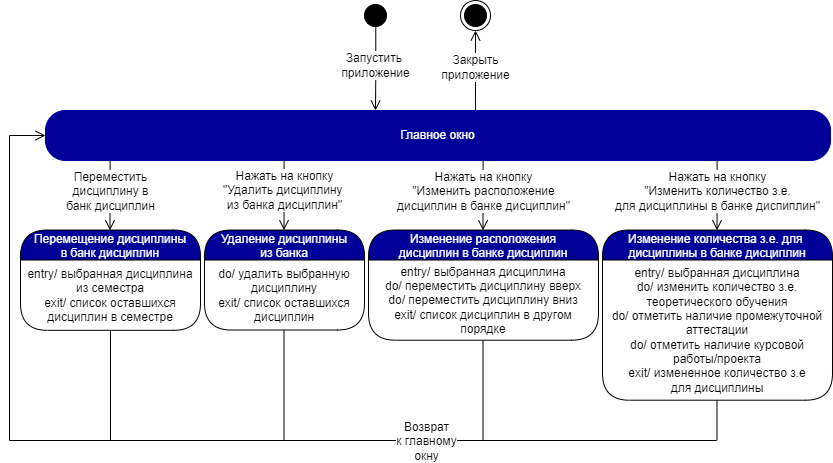
This is SM_Bloks/Tiles/State_machine_tiles_bank.drawio.png from iCosmos76/Curriculum-Designer, a draw.io export, as it was before one commit. Source tidied: cells renumbered, new cells last; positions are measured from the earlier drawing's top-left corner, leaving out a move shared by most shapes.
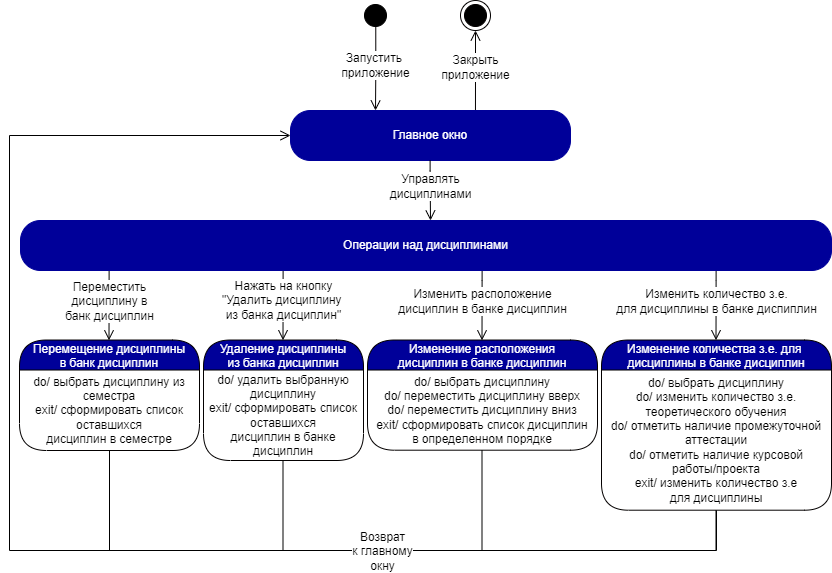
After the commit.

What changed in the source:
```diff
@@ -3,27 +3,27 @@
     <mxCell id="0" />
     <mxCell id="1" parent="0" />
     <mxCell id="2" style="ellipse;html=1;shape=startState;fillColor=#000000;strokeColor=#000000;fontColor=#000099;" parent="1" vertex="1">
-      <mxGeometry x="351" width="30" height="30" as="geometry" />
+      <mxGeometry x="352" y="-110" width="30" height="30" as="geometry" />
     </mxCell>
     <mxCell id="3" value="&lt;font style=&quot;font-size: 12px&quot;&gt;Запустить &lt;br&gt;приложение&lt;/font&gt;" style="edgeStyle=orthogonalEdgeStyle;html=1;verticalAlign=bottom;endArrow=open;endSize=8;strokeColor=#030000;rounded=0;exitX=0.509;exitY=0.876;exitDx=0;exitDy=0;exitPerimeter=0;spacingBottom=-14;fontSize=10;" parent="1" edge="1" source="2">
       <mxGeometry relative="1" as="geometry">
-        <mxPoint x="366" y="110" as="targetPoint" />
+        <mxPoint x="367" as="targetPoint" />
       </mxGeometry>
     </mxCell>
     <mxCell id="4" value="&lt;font style=&quot;font-size: 12px&quot;&gt;Закрыть&lt;br&gt;приложение&lt;/font&gt;" style="edgeStyle=orthogonalEdgeStyle;html=1;verticalAlign=bottom;endArrow=open;endSize=8;strokeColor=#030000;rounded=0;spacingBottom=-14;fontSize=10;entryX=0.5;entryY=1;entryDx=0;entryDy=0;exitX=0.781;exitY=0;exitDx=0;exitDy=0;exitPerimeter=0;" parent="1" edge="1" target="5">
       <mxGeometry relative="1" as="geometry">
-        <mxPoint x="466" y="110" as="sourcePoint" />
+        <mxPoint x="467" as="sourcePoint" />
         <Array as="points">
-          <mxPoint x="466" y="70" />
-          <mxPoint x="466" y="70" />
+          <mxPoint x="467" y="-40" />
+          <mxPoint x="467" y="-40" />
         </Array>
       </mxGeometry>
     </mxCell>
     <mxCell id="5" style="ellipse;html=1;shape=endState;fillColor=#000000;strokeColor=#030000;" parent="1" vertex="1">
-      <mxGeometry x="451" width="30" height="30" as="geometry" />
+      <mxGeometry x="452" y="-110" width="30" height="30" as="geometry" />
     </mxCell>
     <mxCell id="6" value="Главное окно" style="rounded=1;whiteSpace=wrap;html=1;arcSize=40;fontColor=#FFFFFF;fillColor=#000099;strokeColor=#000099;" parent="1" vertex="1">
-      <mxGeometry x="36" y="110" width="785" height="50" as="geometry" />
+      <mxGeometry x="282" width="280" height="50" as="geometry" />
     </mxCell>
     <mxCell id="7" style="edgeStyle=orthogonalEdgeStyle;html=1;verticalAlign=bottom;endArrow=open;endSize=8;strokeColor=#000000;rounded=0;fontSize=10;exitX=0.097;exitY=1.006;exitDx=0;exitDy=0;exitPerimeter=0;entryX=0.154;entryY=0;entryDx=0;entryDy=0;entryPerimeter=0;" parent="1" edge="1">
       <mxGeometry relative="1" as="geometry">
@@ -39,15 +39,15 @@
         <mxPoint x="-2" y="3" as="offset" />
       </mxGeometry>
     </mxCell>
-    <mxCell id="9" value="Удаление дисциплины &#10;из банка" style="swimlane;fontStyle=0;align=center;verticalAlign=middle;horizontal=1;startSize=30;fontColor=#FFFFFF;rounded=1;arcSize=30;strokeColor=#030000;fillColor=#000099;swimlaneFillColor=#FFFFFF;fontSize=12;" parent="1" vertex="1">
-      <mxGeometry x="195" y="229.5" width="160" height="100" as="geometry" />
+    <mxCell id="9" value="Удаление дисциплины &#10;из банка дисциплин" style="swimlane;fontStyle=0;align=center;verticalAlign=middle;horizontal=1;startSize=30;fontColor=#FFFFFF;rounded=1;arcSize=30;strokeColor=#030000;fillColor=#000099;swimlaneFillColor=#FFFFFF;fontSize=12;" parent="1" vertex="1">
+      <mxGeometry x="195" y="229.5" width="160" height="120.5" as="geometry" />
     </mxCell>
-    <mxCell id="10" value="do/ удалить выбранную дисциплину&lt;br&gt;exit/ список оставшихся дисциплин" style="text;html=1;strokeColor=none;fillColor=none;align=center;verticalAlign=middle;spacingLeft=4;spacingRight=4;whiteSpace=wrap;overflow=hidden;fontColor=#000000;fontSize=12;" parent="9" vertex="1">
-      <mxGeometry y="30" width="160" height="70" as="geometry" />
+    <mxCell id="10" value="do/ удалить выбранную дисциплину&lt;br&gt;exit/ сформировать список оставшихся&lt;br&gt;дисциплин в банке дисциплин" style="text;html=1;strokeColor=none;fillColor=none;align=center;verticalAlign=middle;spacingLeft=4;spacingRight=4;whiteSpace=wrap;overflow=hidden;fontColor=#000000;fontSize=12;" parent="9" vertex="1">
+      <mxGeometry y="30" width="160" height="90.5" as="geometry" />
     </mxCell>
-    <mxCell id="11" style="edgeStyle=orthogonalEdgeStyle;html=1;verticalAlign=bottom;endArrow=none;endSize=8;strokeColor=#000000;rounded=0;fontSize=10;exitX=0.5;exitY=1;exitDx=0;exitDy=0;endFill=0;" parent="1" edge="1">
+    <mxCell id="11" style="edgeStyle=orthogonalEdgeStyle;html=1;verticalAlign=bottom;endArrow=none;endSize=8;strokeColor=#000000;rounded=0;fontSize=10;endFill=0;" parent="1" edge="1">
       <mxGeometry relative="1" as="geometry">
-        <mxPoint x="274.1" y="329.8" as="sourcePoint" />
+        <mxPoint x="275" y="350" as="sourcePoint" />
         <mxPoint x="274.5" y="440" as="targetPoint" />
         <Array as="points">
           <mxPoint x="274.5" y="440" />
@@ -63,7 +63,7 @@
         </Array>
       </mxGeometry>
     </mxCell>
-    <mxCell id="13" value="Нажать на кнопку&lt;br&gt;&quot;Изменить расположение&lt;br&gt;дисциплин в банке дисциплин&quot;" style="edgeLabel;html=1;align=center;verticalAlign=middle;fontSize=12;labelBackgroundColor=default;" parent="12" vertex="1">
+    <mxCell id="13" value="Изменить расположение&lt;br&gt;дисциплин в банке дисциплин" style="edgeLabel;html=1;align=center;verticalAlign=middle;fontSize=12;labelBackgroundColor=default;" parent="12" vertex="1">
       <mxGeometry x="-0.25" y="2" relative="1" as="geometry">
         <mxPoint x="-2" y="4" as="offset" />
       </mxGeometry>
@@ -71,7 +71,7 @@
     <mxCell id="14" value="Изменение расположения &#10;дисциплин в банке дисциплин" style="swimlane;fontStyle=0;align=center;verticalAlign=middle;horizontal=1;startSize=30;fontColor=#FFFFFF;rounded=1;arcSize=30;strokeColor=#030000;fillColor=#000099;swimlaneFillColor=#FFFFFF;fontSize=12;" parent="1" vertex="1">
       <mxGeometry x="359" y="229.5" width="230" height="110.2" as="geometry" />
     </mxCell>
-    <mxCell id="15" value="entry/ выбранная дисциплина&lt;br&gt;do/ переместить дисциплину вверх&lt;br&gt;do/ переместить дисциплину вниз&lt;br&gt;exit/ список дисциплин в другом порядке" style="text;html=1;strokeColor=none;fillColor=none;align=center;verticalAlign=middle;spacingLeft=4;spacingRight=4;whiteSpace=wrap;overflow=hidden;fontColor=#000000;fontSize=12;" parent="14" vertex="1">
+    <mxCell id="15" value="do/ выбрать дисциплину&lt;br&gt;do/ переместить дисциплину вверх&lt;br&gt;do/ переместить дисциплину вниз&lt;br&gt;exit/ сформировать список дисциплин в определенном порядке" style="text;html=1;strokeColor=none;fillColor=none;align=center;verticalAlign=middle;spacingLeft=4;spacingRight=4;whiteSpace=wrap;overflow=hidden;fontColor=#000000;fontSize=12;" parent="14" vertex="1">
       <mxGeometry y="30" width="230" height="80.2" as="geometry" />
     </mxCell>
     <mxCell id="16" style="edgeStyle=orthogonalEdgeStyle;html=1;verticalAlign=bottom;endArrow=none;endSize=8;strokeColor=#000000;rounded=0;fontSize=10;endFill=0;" parent="1" edge="1">
@@ -92,7 +92,7 @@
         </Array>
       </mxGeometry>
     </mxCell>
-    <mxCell id="18" value="Нажать на кнопку&lt;br&gt;&quot;Изменить количество з.е.&lt;br&gt;для дисциплины в банке диспиплин&quot;" style="edgeLabel;html=1;align=center;verticalAlign=middle;fontSize=12;labelBackgroundColor=default;" parent="17" vertex="1">
+    <mxCell id="18" value="Изменить количество з.е.&lt;br&gt;для дисциплины в банке диспиплин" style="edgeLabel;html=1;align=center;verticalAlign=middle;fontSize=12;labelBackgroundColor=default;" parent="17" vertex="1">
       <mxGeometry x="-0.25" y="2" relative="1" as="geometry">
         <mxPoint x="-2" y="4" as="offset" />
       </mxGeometry>
@@ -100,7 +100,7 @@
     <mxCell id="19" value="Изменение количества з.е. для &#10;дисциплины в банке дисциплин" style="swimlane;fontStyle=0;align=center;verticalAlign=middle;horizontal=1;startSize=30;fontColor=#FFFFFF;rounded=1;arcSize=30;strokeColor=#030000;fillColor=#000099;swimlaneFillColor=#FFFFFF;fontSize=12;" parent="1" vertex="1">
       <mxGeometry x="593" y="229.5" width="230" height="170.2" as="geometry" />
     </mxCell>
-    <mxCell id="20" value="entry/ выбранная дисциплина&lt;br&gt;do/ изменить количество з.е. теоретического обучения&lt;br&gt;do/ отметить наличие промежуточной аттестации&lt;br&gt;do/ отметить наличие курсовой работы/проекта&lt;br&gt;exit/ измененное количество з.е&lt;br&gt;для дисциплины" style="text;html=1;strokeColor=none;fillColor=none;align=center;verticalAlign=middle;spacingLeft=4;spacingRight=4;whiteSpace=wrap;overflow=hidden;fontColor=#000000;fontSize=12;" parent="19" vertex="1">
+    <mxCell id="20" value="do/ выбрать дисциплину&lt;br&gt;do/ изменить количество з.е. теоретического обучения&lt;br&gt;do/ отметить наличие промежуточной аттестации&lt;br&gt;do/ отметить наличие курсовой работы/проекта&lt;br&gt;exit/ изменить количество з.е&lt;br&gt;для дисциплины" style="text;html=1;strokeColor=none;fillColor=none;align=center;verticalAlign=middle;spacingLeft=4;spacingRight=4;whiteSpace=wrap;overflow=hidden;fontColor=#000000;fontSize=12;" parent="19" vertex="1">
       <mxGeometry y="30" width="230" height="140.2" as="geometry" />
     </mxCell>
     <mxCell id="21" style="edgeStyle=orthogonalEdgeStyle;html=1;verticalAlign=bottom;endArrow=none;endSize=8;strokeColor=#000000;rounded=0;fontSize=10;endFill=0;" parent="1" edge="1">
@@ -114,16 +114,17 @@
     </mxCell>
     <mxCell id="22" style="edgeStyle=orthogonalEdgeStyle;html=1;verticalAlign=bottom;endArrow=open;endSize=8;strokeColor=#000000;rounded=0;fontSize=10;entryX=0;entryY=0.5;entryDx=0;entryDy=0;" parent="1" edge="1" target="6">
       <mxGeometry relative="1" as="geometry">
-        <mxPoint x="707" y="440" as="sourcePoint" />
+        <mxPoint x="708" y="400" as="sourcePoint" />
         <Array as="points">
-          <mxPoint y="440" />
-          <mxPoint y="135" />
+          <mxPoint x="708" y="440" />
+          <mxPoint x="1" y="440" />
+          <mxPoint x="1" y="25" />
         </Array>
       </mxGeometry>
     </mxCell>
     <mxCell id="23" value="&lt;span style=&quot;font-family: &amp;#34;helvetica&amp;#34;&quot;&gt;Возврат&lt;/span&gt;&lt;br style=&quot;background-color: rgb(248 , 249 , 250) ; font-family: &amp;#34;helvetica&amp;#34;&quot;&gt;&lt;span style=&quot;font-family: &amp;#34;helvetica&amp;#34;&quot;&gt;к главному&lt;/span&gt;&lt;br style=&quot;background-color: rgb(248 , 249 , 250) ; font-family: &amp;#34;helvetica&amp;#34;&quot;&gt;&lt;span style=&quot;font-family: &amp;#34;helvetica&amp;#34;&quot;&gt;окну&lt;/span&gt;" style="edgeLabel;html=1;align=center;verticalAlign=middle;fontSize=12;" parent="22" vertex="1">
       <mxGeometry x="-0.38" y="4" relative="1" as="geometry">
-        <mxPoint x="36" y="-4" as="offset" />
+        <mxPoint x="76" y="-4" as="offset" />
       </mxGeometry>
     </mxCell>
     <mxCell id="24" style="edgeStyle=orthogonalEdgeStyle;html=1;verticalAlign=bottom;endArrow=open;endSize=8;strokeColor=#000000;rounded=0;fontSize=10;exitX=0.097;exitY=1.006;exitDx=0;exitDy=0;exitPerimeter=0;entryX=0.154;entryY=0;entryDx=0;entryDy=0;entryPerimeter=0;" parent="1" edge="1">
@@ -141,10 +142,10 @@
       </mxGeometry>
     </mxCell>
     <mxCell id="26" value="Перемещение дисциплины &#10;в банк дисциплин" style="swimlane;fontStyle=0;align=center;verticalAlign=middle;horizontal=1;startSize=30;fontColor=#FFFFFF;rounded=1;arcSize=30;strokeColor=#030000;fillColor=#000099;swimlaneFillColor=#FFFFFF;fontSize=12;" parent="1" vertex="1">
-      <mxGeometry x="11" y="229.5" width="180" height="100.3" as="geometry" />
+      <mxGeometry x="11" y="229.5" width="180" height="110.5" as="geometry" />
     </mxCell>
-    <mxCell id="27" value="entry/ выбранная дисциплина из семестра&lt;br&gt;exit/ список оставшихся&lt;br&gt;дисциплин в семестре" style="text;html=1;strokeColor=none;fillColor=none;align=center;verticalAlign=middle;spacingLeft=4;spacingRight=4;whiteSpace=wrap;overflow=hidden;fontColor=#000000;fontSize=12;" parent="26" vertex="1">
-      <mxGeometry y="30" width="180" height="70.3" as="geometry" />
+    <mxCell id="27" value="do/ выбрать дисциплину из семестра&lt;br&gt;exit/ сформировать список оставшихся&lt;br&gt;дисциплин в семестре" style="text;html=1;strokeColor=none;fillColor=none;align=center;verticalAlign=middle;spacingLeft=4;spacingRight=4;whiteSpace=wrap;overflow=hidden;fontColor=#000000;fontSize=12;" parent="26" vertex="1">
+      <mxGeometry y="30" width="180" height="80.5" as="geometry" />
     </mxCell>
     <mxCell id="28" style="edgeStyle=orthogonalEdgeStyle;html=1;verticalAlign=bottom;endArrow=none;endSize=8;strokeColor=#000000;rounded=0;fontSize=10;endFill=0;exitX=0.5;exitY=1;exitDx=0;exitDy=0;" parent="1" edge="1" source="27">
       <mxGeometry relative="1" as="geometry">
@@ -154,5 +155,22 @@
         </Array>
       </mxGeometry>
     </mxCell>
+    <mxCell id="29" value="Операции над дисциплинами" style="rounded=1;whiteSpace=wrap;html=1;arcSize=40;fontColor=#FFFFFF;fillColor=#000099;strokeColor=#000099;" parent="1" vertex="1">
+      <mxGeometry x="12" y="110" width="811" height="50" as="geometry" />
+    </mxCell>
+    <mxCell id="30" style="edgeStyle=orthogonalEdgeStyle;html=1;verticalAlign=bottom;endArrow=open;endSize=8;strokeColor=#000000;rounded=0;fontSize=10;exitX=0.097;exitY=1.006;exitDx=0;exitDy=0;exitPerimeter=0;" parent="1" edge="1">
+      <mxGeometry relative="1" as="geometry">
+        <mxPoint x="421.6" y="50" as="sourcePoint" />
+        <mxPoint x="422" y="110" as="targetPoint" />
+        <Array as="points">
+          <mxPoint x="421.4" y="59.7" />
+        </Array>
+      </mxGeometry>
+    </mxCell>
+    <mxCell id="31" value="Управлять&lt;br&gt;дисциплинами" style="edgeLabel;html=1;align=center;verticalAlign=middle;fontSize=12;" parent="30" vertex="1">
+      <mxGeometry x="-0.25" y="2" relative="1" as="geometry">
+        <mxPoint x="-2" y="4" as="offset" />
+      </mxGeometry>
+    </mxCell>
   </root>
 </mxGraphModel>
```
